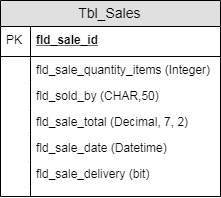
Before: documentation/Sale Entity.png, a diagram exported from draw.io (Djsiclait/MiniMarketInventoryManagement). Source tidied: cells renumbered, new cells last; positions are measured from the earlier drawing's top-left corner, leaving out a move shared by most shapes.
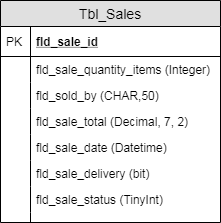
The same file after the commit.

Commit message:
Modify diagrams to take into account sales status

The edit, as a diff of the source:
```diff
@@ -3,7 +3,7 @@
     <mxCell id="0" />
     <mxCell id="1" parent="0" />
     <mxCell id="2" value="Tbl_Sales" style="swimlane;fontStyle=0;horizontal=1;startSize=26;fillColor=#e0e0e0;swimlaneFillColor=#ffffff;align=center;fontSize=14;" parent="1" vertex="1">
-      <mxGeometry width="220" height="196" as="geometry" />
+      <mxGeometry width="220" height="222" as="geometry" />
     </mxCell>
     <mxCell id="3" value="fld_sale_id" style="shape=partialRectangle;top=0;left=0;right=0;bottom=1;align=left;verticalAlign=middle;fillColor=none;spacingLeft=34;spacingRight=4;overflow=hidden;fontStyle=5;fontSize=12;" parent="2" vertex="1">
       <mxGeometry y="26" width="220" height="30" as="geometry" />
@@ -35,17 +35,23 @@
     <mxCell id="12" style="shape=partialRectangle;top=0;left=0;bottom=0;fillColor=none;align=left;verticalAlign=top;spacingLeft=4;spacingRight=4;overflow=hidden;fontSize=12;" parent="11" vertex="1">
       <mxGeometry width="30" height="26" as="geometry" />
     </mxCell>
-    <mxCell id="13" value="fld_sale_delivery (bit)" style="shape=partialRectangle;top=0;left=0;right=0;bottom=0;align=left;verticalAlign=top;fillColor=none;spacingLeft=34;spacingRight=4;overflow=hidden;fontSize=12;" parent="2" vertex="1">
+    <mxCell id="13" value="fld_sale_delivery (bit)" style="shape=partialRectangle;top=0;left=0;right=0;bottom=0;align=left;verticalAlign=top;fillColor=none;spacingLeft=34;spacingRight=4;overflow=hidden;fontSize=12;fontStyle=0;" parent="2" vertex="1">
       <mxGeometry y="160" width="220" height="26" as="geometry" />
     </mxCell>
     <mxCell id="14" style="shape=partialRectangle;top=0;left=0;bottom=0;fillColor=none;align=left;verticalAlign=top;spacingLeft=4;spacingRight=4;overflow=hidden;fontSize=12;" parent="13" vertex="1">
       <mxGeometry width="30" height="26" as="geometry" />
     </mxCell>
-    <mxCell id="15" style="shape=partialRectangle;top=0;left=0;right=0;bottom=0;align=left;verticalAlign=top;fillColor=none;spacingLeft=34;spacingRight=4;overflow=hidden;fontSize=12;" parent="2" vertex="1">
-      <mxGeometry y="186" width="220" height="10" as="geometry" />
+    <mxCell id="15" value="fld_sale_status (TinyInt)" style="shape=partialRectangle;top=0;left=0;right=0;bottom=0;align=left;verticalAlign=top;fillColor=none;spacingLeft=34;spacingRight=4;overflow=hidden;fontSize=12;" parent="2" vertex="1">
+      <mxGeometry y="186" width="220" height="26" as="geometry" />
     </mxCell>
     <mxCell id="16" style="shape=partialRectangle;top=0;left=0;bottom=0;fillColor=none;align=left;verticalAlign=top;spacingLeft=4;spacingRight=4;overflow=hidden;fontSize=12;" parent="15" vertex="1">
-      <mxGeometry width="30" height="10" as="geometry" />
+      <mxGeometry width="30" height="26" as="geometry" />
     </mxCell>
+    <mxCell id="17" style="shape=partialRectangle;top=0;left=0;right=0;bottom=0;align=left;verticalAlign=top;fillColor=none;spacingLeft=34;spacingRight=4;overflow=hidden;fontSize=12;" parent="2" vertex="1">
+      <mxGeometry y="212" width="220" height="10" as="geometry" />
+    </mxCell>
+    <mxCell id="18" style="shape=partialRectangle;top=0;left=0;bottom=0;fillColor=none;align=left;verticalAlign=top;spacingLeft=4;spacingRight=4;overflow=hidden;fontSize=12;" parent="17" vertex="1">
+      <mxGeometry width="30" height="10" as="geometry" />
+    </mxCell>
   </root>
 </mxGraphModel>
```
